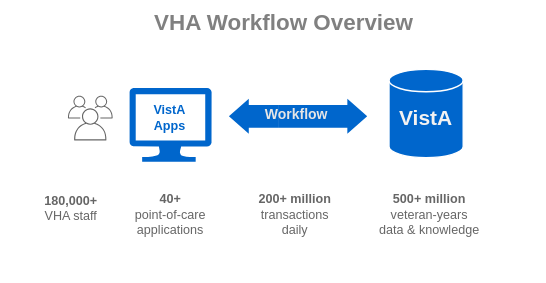
Earlier version of the draw.io export img/workflow-overview.svg (cloudvista/vaa). Source tidied: cells renumbered, new cells last; positions are measured from the earlier drawing's top-left corner, leaving out a move shared by most shapes. Its diagram source:
```xml
<mxGraphModel>
  <root>
    <mxCell id="0" />
    <mxCell id="1" parent="0" />
    <mxCell id="2" style="rounded=1;whiteSpace=wrap;html=1;strokeColor=none;" parent="1" vertex="1">
      <mxGeometry width="389" height="200" as="geometry" />
    </mxCell>
    <mxCell id="3" style="html=1;shadow=0;dashed=0;align=center;verticalAlign=middle;shape=mxgraph.arrows2.arrow;dy=0.35;dx=14.19;direction=west;notch=0;strokeColor=none;strokeWidth=1;fontSize=12;fontColor=#808080;fillColor=#0066CC;flipV=1;" parent="1" vertex="1">
      <mxGeometry x="163" y="70" width="35.1" height="25" as="geometry" />
    </mxCell>
    <mxCell id="4" value="&lt;font size=&quot;1&quot; color=&quot;#0066cc&quot; style=&quot;&quot;&gt;&lt;b style=&quot;font-size: 9px;&quot;&gt;VistA Apps&lt;/b&gt;&lt;/font&gt;" style="text;whiteSpace=wrap;html=1;fontColor=#999999;align=center;fontSize=10;fontStyle=0;" parent="1" vertex="1">
      <mxGeometry x="96.8" y="64.6" width="48.2" height="45" as="geometry" />
    </mxCell>
    <mxCell id="5" style="sketch=0;gradientColor=none;fontColor=#545B64;strokeColor=none;fillColor=#666666;dashed=0;verticalLabelPosition=bottom;verticalAlign=top;align=center;html=1;fontSize=12;fontStyle=0;shape=mxgraph.aws4.illustration_users;strokeWidth=2;perimeterSpacing=0;" parent="1" vertex="1">
      <mxGeometry x="48" y="67.8" width="32" height="32" as="geometry" />
    </mxCell>
    <mxCell id="6" style="html=1;shadow=0;dashed=0;align=center;verticalAlign=middle;shape=mxgraph.arrows2.arrow;dy=0.35;dx=14.19;direction=west;notch=0;strokeColor=none;strokeWidth=1;fontSize=12;fontColor=#808080;fillColor=#0066CC;flipV=1;rotation=-180;" parent="1" vertex="1">
      <mxGeometry x="198.1" y="70" width="63.7" height="25" as="geometry" />
    </mxCell>
    <mxCell id="7" value="&lt;span style=&quot;font-size: 10px;&quot;&gt;&lt;b style=&quot;&quot;&gt;&lt;font color=&quot;#e6e6e6&quot;&gt;Workflow&lt;/font&gt;&lt;/b&gt;&lt;/span&gt;" style="text;html=1;align=center;verticalAlign=middle;strokeColor=none;fillColor=none;fontSize=12;fontColor=#009900;" parent="1" vertex="1">
      <mxGeometry x="176" y="65.6" width="70" height="30" as="geometry" />
    </mxCell>
    <mxCell id="8" style="shape=cylinder3;whiteSpace=wrap;html=1;boundedLbl=1;backgroundOutline=1;size=7.999999999999943;strokeColor=#FFFFFF;fillColor=#0066CC;" parent="1" vertex="1">
      <mxGeometry x="277.4" y="49" width="53" height="63" as="geometry" />
    </mxCell>
    <mxCell id="9" value="&lt;b style=&quot;&quot;&gt;&lt;font style=&quot;font-size: 15px;&quot;&gt;VistA&lt;/font&gt;&lt;br&gt;&lt;/b&gt;" style="text;whiteSpace=wrap;html=1;fontColor=#F2F2F2;align=center;" parent="1" vertex="1">
      <mxGeometry x="271.8" y="67.8" width="64.2" height="30" as="geometry" />
    </mxCell>
    <mxCell id="10" style="sketch=0;shadow=0;dashed=0;html=1;strokeColor=none;labelPosition=center;verticalLabelPosition=bottom;verticalAlign=top;align=center;fillColor=#0066CC;shape=mxgraph.azure.computer;fontStyle=0;" parent="1" vertex="1">
      <mxGeometry x="92" y="62.2" width="58.6" height="52.8" as="geometry" />
    </mxCell>
    <mxCell id="11" value="&lt;font color=&quot;#808080&quot; style=&quot;font-size: 16px;&quot;&gt;&lt;b style=&quot;&quot;&gt;VHA Workflow Overview&lt;/b&gt;&lt;/font&gt;" style="text;html=1;align=center;verticalAlign=middle;strokeColor=none;fillColor=none;" parent="1" vertex="1">
      <mxGeometry x="96.8" width="210" height="30" as="geometry" />
    </mxCell>
    <mxCell id="12" value="&lt;b&gt;180,000+&lt;/b&gt;&lt;br style=&quot;font-size: 9px;&quot;&gt;VHA staff" style="text;html=1;align=center;verticalAlign=middle;strokeColor=none;fillColor=none;fontColor=#666666;fontStyle=0;fontSize=9;" parent="1" vertex="1">
      <mxGeometry x="20" y="127.6" width="60" height="40" as="geometry" />
    </mxCell>
    <mxCell id="13" value="&lt;b&gt;40+&lt;br style=&quot;font-size: 9px;&quot;&gt;&lt;/b&gt;point-of-care&lt;br&gt;applications" style="text;html=1;align=center;verticalAlign=middle;strokeColor=none;fillColor=none;fontColor=#666666;fontStyle=0;fontSize=9;" parent="1" vertex="1">
      <mxGeometry x="85.9" y="127.6" width="70" height="50" as="geometry" />
    </mxCell>
    <mxCell id="14" value="&lt;b&gt;200+ million&lt;br style=&quot;font-size: 9px;&quot;&gt;&lt;/b&gt;transactions&lt;br&gt;daily" style="text;html=1;align=center;verticalAlign=middle;strokeColor=none;fillColor=none;fontColor=#666666;fontStyle=0;fontSize=9;" parent="1" vertex="1">
      <mxGeometry x="170" y="127.6" width="80" height="50" as="geometry" />
    </mxCell>
    <mxCell id="15" value="&lt;b&gt;500+ million&lt;/b&gt;&lt;br&gt;&amp;nbsp;veteran-years&lt;br&gt;data &amp;amp; knowledge" style="text;html=1;align=center;verticalAlign=middle;strokeColor=none;fillColor=none;fontColor=#666666;fontStyle=0;fontSize=9;" parent="1" vertex="1">
      <mxGeometry x="255.9" y="127.6" width="100" height="50" as="geometry" />
    </mxCell>
  </root>
</mxGraphModel>
```
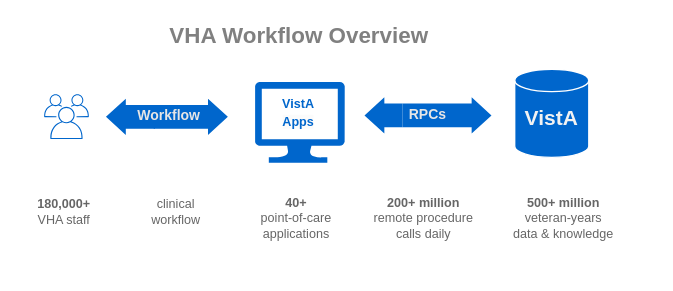
The same file after the commit.

Diff of the diagram source:
```diff
@@ -3,22 +3,22 @@
     <mxCell id="0" />
     <mxCell id="1" parent="0" />
     <mxCell id="2" style="rounded=1;whiteSpace=wrap;html=1;strokeColor=none;" parent="1" vertex="1">
-      <mxGeometry width="389" height="200" as="geometry" />
+      <mxGeometry x="-90.1" width="479.1" height="206.9" as="geometry" />
     </mxCell>
     <mxCell id="3" style="html=1;shadow=0;dashed=0;align=center;verticalAlign=middle;shape=mxgraph.arrows2.arrow;dy=0.35;dx=14.19;direction=west;notch=0;strokeColor=none;strokeWidth=1;fontSize=12;fontColor=#808080;fillColor=#0066CC;flipV=1;" parent="1" vertex="1">
-      <mxGeometry x="163" y="70" width="35.1" height="25" as="geometry" />
+      <mxGeometry x="170" y="69" width="27.1" height="26" as="geometry" />
     </mxCell>
-    <mxCell id="4" value="&lt;font size=&quot;1&quot; color=&quot;#0066cc&quot; style=&quot;&quot;&gt;&lt;b style=&quot;font-size: 9px;&quot;&gt;VistA Apps&lt;/b&gt;&lt;/font&gt;" style="text;whiteSpace=wrap;html=1;fontColor=#999999;align=center;fontSize=10;fontStyle=0;" parent="1" vertex="1">
-      <mxGeometry x="96.8" y="64.6" width="48.2" height="45" as="geometry" />
+    <mxCell id="4" value="&lt;font size=&quot;1&quot; color=&quot;#0066cc&quot; style=&quot;&quot;&gt;&lt;b style=&quot;font-size: 9px;&quot;&gt;VistA&lt;/b&gt;&lt;/font&gt;" style="text;whiteSpace=wrap;html=1;fontColor=#999999;align=center;fontSize=10;fontStyle=0;" parent="1" vertex="1">
+      <mxGeometry x="99.4" y="61" width="48.2" height="26" as="geometry" />
     </mxCell>
-    <mxCell id="5" style="sketch=0;gradientColor=none;fontColor=#545B64;strokeColor=none;fillColor=#666666;dashed=0;verticalLabelPosition=bottom;verticalAlign=top;align=center;html=1;fontSize=12;fontStyle=0;shape=mxgraph.aws4.illustration_users;strokeWidth=2;perimeterSpacing=0;" parent="1" vertex="1">
-      <mxGeometry x="48" y="67.8" width="32" height="32" as="geometry" />
+    <mxCell id="5" style="sketch=0;gradientColor=none;fontColor=#545B64;strokeColor=none;fillColor=#0066CC;dashed=0;verticalLabelPosition=bottom;verticalAlign=top;align=center;html=1;fontSize=12;fontStyle=0;shape=mxgraph.aws4.illustration_users;strokeWidth=4;perimeterSpacing=0;" parent="1" vertex="1">
+      <mxGeometry x="-59" y="66.9" width="32" height="32" as="geometry" />
     </mxCell>
     <mxCell id="6" style="html=1;shadow=0;dashed=0;align=center;verticalAlign=middle;shape=mxgraph.arrows2.arrow;dy=0.35;dx=14.19;direction=west;notch=0;strokeColor=none;strokeWidth=1;fontSize=12;fontColor=#808080;fillColor=#0066CC;flipV=1;rotation=-180;" parent="1" vertex="1">
-      <mxGeometry x="198.1" y="70" width="63.7" height="25" as="geometry" />
+      <mxGeometry x="197.1" y="69" width="63.7" height="26" as="geometry" />
     </mxCell>
-    <mxCell id="7" value="&lt;span style=&quot;font-size: 10px;&quot;&gt;&lt;b style=&quot;&quot;&gt;&lt;font color=&quot;#e6e6e6&quot;&gt;Workflow&lt;/font&gt;&lt;/b&gt;&lt;/span&gt;" style="text;html=1;align=center;verticalAlign=middle;strokeColor=none;fillColor=none;fontSize=12;fontColor=#009900;" parent="1" vertex="1">
-      <mxGeometry x="176" y="65.6" width="70" height="30" as="geometry" />
+    <mxCell id="7" value="&lt;span style=&quot;font-size: 10px;&quot;&gt;&lt;b style=&quot;&quot;&gt;&lt;font color=&quot;#e6e6e6&quot;&gt;RPCs&lt;/font&gt;&lt;/b&gt;&lt;/span&gt;" style="text;html=1;align=center;verticalAlign=middle;strokeColor=none;fillColor=none;fontSize=12;fontColor=#009900;" parent="1" vertex="1">
+      <mxGeometry x="190" y="65.6" width="50" height="30" as="geometry" />
     </mxCell>
     <mxCell id="8" style="shape=cylinder3;whiteSpace=wrap;html=1;boundedLbl=1;backgroundOutline=1;size=7.999999999999943;strokeColor=#FFFFFF;fillColor=#0066CC;" parent="1" vertex="1">
       <mxGeometry x="277.4" y="49" width="53" height="63" as="geometry" />
@@ -27,22 +27,37 @@
       <mxGeometry x="271.8" y="67.8" width="64.2" height="30" as="geometry" />
     </mxCell>
     <mxCell id="10" style="sketch=0;shadow=0;dashed=0;html=1;strokeColor=none;labelPosition=center;verticalLabelPosition=bottom;verticalAlign=top;align=center;fillColor=#0066CC;shape=mxgraph.azure.computer;fontStyle=0;" parent="1" vertex="1">
-      <mxGeometry x="92" y="62.2" width="58.6" height="52.8" as="geometry" />
+      <mxGeometry x="91.7" y="58" width="64.1" height="57.8" as="geometry" />
     </mxCell>
     <mxCell id="11" value="&lt;font color=&quot;#808080&quot; style=&quot;font-size: 16px;&quot;&gt;&lt;b style=&quot;&quot;&gt;VHA Workflow Overview&lt;/b&gt;&lt;/font&gt;" style="text;html=1;align=center;verticalAlign=middle;strokeColor=none;fillColor=none;" parent="1" vertex="1">
-      <mxGeometry x="96.8" width="210" height="30" as="geometry" />
+      <mxGeometry x="17.5" y="10" width="210" height="30" as="geometry" />
     </mxCell>
+    <mxCell id="16" style="html=1;shadow=0;dashed=0;align=center;verticalAlign=middle;shape=mxgraph.arrows2.arrow;dy=0.35;dx=14.19;direction=west;notch=0;strokeColor=none;strokeWidth=1;fontSize=12;fontColor=#808080;fillColor=#0066CC;flipV=1;" parent="1" vertex="1">
+      <mxGeometry x="-14.8" y="70" width="35" height="26" as="geometry" />
+    </mxCell>
+    <mxCell id="17" style="html=1;shadow=0;dashed=0;align=center;verticalAlign=middle;shape=mxgraph.arrows2.arrow;dy=0.35;dx=14.19;direction=west;notch=0;strokeColor=none;strokeWidth=1;fontSize=12;fontColor=#808080;fillColor=#0066CC;flipV=1;rotation=-180;" parent="1" vertex="1">
+      <mxGeometry x="19.3" y="70" width="53" height="26" as="geometry" />
+    </mxCell>
+    <mxCell id="18" value="&lt;span style=&quot;font-size: 10px;&quot;&gt;&lt;b style=&quot;&quot;&gt;&lt;font color=&quot;#e6e6e6&quot;&gt;Workflow&lt;/font&gt;&lt;/b&gt;&lt;/span&gt;" style="text;html=1;align=center;verticalAlign=middle;strokeColor=none;fillColor=none;fontSize=12;fontColor=#009900;" parent="1" vertex="1">
+      <mxGeometry x="-4.8" y="66.7" width="70" height="30" as="geometry" />
+    </mxCell>
-    <mxCell id="12" value="&lt;b&gt;180,000+&lt;/b&gt;&lt;br style=&quot;font-size: 9px;&quot;&gt;VHA staff" style="text;html=1;align=center;verticalAlign=middle;strokeColor=none;fillColor=none;fontColor=#666666;fontStyle=0;fontSize=9;" parent="1" vertex="1">
-      <mxGeometry x="20" y="127.6" width="60" height="40" as="geometry" />
+    <mxCell id="12" value="&lt;b&gt;&lt;font&gt;180,000+&lt;br style=&quot;font-size: 9px;&quot;&gt;&lt;/font&gt;&lt;/b&gt;VHA staff" style="text;html=1;align=center;verticalAlign=middle;strokeColor=none;fillColor=none;fontColor=#666666;fontStyle=0;fontSize=9;" parent="1" vertex="1">
+      <mxGeometry x="-74.8" y="130.6" width="60" height="40" as="geometry" />
     </mxCell>
+    <mxCell id="19" value="clinical&lt;br style=&quot;font-size: 9px;&quot;&gt;workflow" style="text;html=1;align=center;verticalAlign=middle;strokeColor=none;fillColor=none;fontColor=#666666;fontStyle=0;fontSize=9;" parent="1" vertex="1">
+      <mxGeometry x="5.2" y="130.6" width="60" height="40" as="geometry" />
+    </mxCell>
-    <mxCell id="13" value="&lt;b&gt;40+&lt;br style=&quot;font-size: 9px;&quot;&gt;&lt;/b&gt;point-of-care&lt;br&gt;applications" style="text;html=1;align=center;verticalAlign=middle;strokeColor=none;fillColor=none;fontColor=#666666;fontStyle=0;fontSize=9;" parent="1" vertex="1">
-      <mxGeometry x="85.9" y="127.6" width="70" height="50" as="geometry" />
+    <mxCell id="13" value="&lt;b&gt;&lt;font&gt;40+&lt;br style=&quot;font-size: 9px;&quot;&gt;&lt;/font&gt;&lt;/b&gt;point-of-care&lt;br&gt;applications" style="text;html=1;align=center;verticalAlign=middle;strokeColor=none;fillColor=none;fontColor=#666666;fontStyle=0;fontSize=9;" parent="1" vertex="1">
+      <mxGeometry x="85.9" y="130.6" width="70" height="50" as="geometry" />
     </mxCell>
-    <mxCell id="14" value="&lt;b&gt;200+ million&lt;br style=&quot;font-size: 9px;&quot;&gt;&lt;/b&gt;transactions&lt;br&gt;daily" style="text;html=1;align=center;verticalAlign=middle;strokeColor=none;fillColor=none;fontColor=#666666;fontStyle=0;fontSize=9;" parent="1" vertex="1">
-      <mxGeometry x="170" y="127.6" width="80" height="50" as="geometry" />
+    <mxCell id="14" value="&lt;font&gt;&lt;b&gt;200+ million&lt;br style=&quot;font-size: 9px;&quot;&gt;&lt;/b&gt;&lt;/font&gt;remote procedure&lt;br&gt;calls daily" style="text;html=1;align=center;verticalAlign=middle;strokeColor=none;fillColor=none;fontColor=#666666;fontStyle=0;fontSize=9;" parent="1" vertex="1">
+      <mxGeometry x="167" y="130.6" width="90" height="50" as="geometry" />
     </mxCell>
-    <mxCell id="15" value="&lt;b&gt;500+ million&lt;/b&gt;&lt;br&gt;&amp;nbsp;veteran-years&lt;br&gt;data &amp;amp; knowledge" style="text;html=1;align=center;verticalAlign=middle;strokeColor=none;fillColor=none;fontColor=#666666;fontStyle=0;fontSize=9;" parent="1" vertex="1">
-      <mxGeometry x="255.9" y="127.6" width="100" height="50" as="geometry" />
+    <mxCell id="15" value="&lt;font&gt;&lt;b&gt;500+ million&lt;br&gt;&lt;/b&gt;&lt;/font&gt;veteran-years&amp;nbsp;&lt;br&gt;data &amp;amp; knowledge" style="text;html=1;align=center;verticalAlign=middle;strokeColor=none;fillColor=none;fontColor=#666666;fontStyle=0;fontSize=9;" parent="1" vertex="1">
+      <mxGeometry x="261.9" y="130.6" width="100" height="50" as="geometry" />
     </mxCell>
+    <mxCell id="20" value="&lt;meta charset=&quot;utf-8&quot;&gt;&lt;b style=&quot;border-color: var(--border-color); color: rgb(0, 102, 204); font-family: Helvetica; font-style: normal; font-variant-ligatures: normal; font-variant-caps: normal; letter-spacing: normal; orphans: 2; text-indent: 0px; text-transform: none; widows: 2; word-spacing: 0px; -webkit-text-stroke-width: 0px; background-color: rgb(251, 251, 251); text-decoration-thickness: initial; text-decoration-style: initial; text-decoration-color: initial; font-size: 9px;&quot;&gt;Apps&lt;/b&gt;" style="text;whiteSpace=wrap;html=1;fontColor=#666666;align=center;" parent="1" vertex="1">
+      <mxGeometry x="92.5" y="72" width="60" height="40" as="geometry" />
+    </mxCell>
   </root>
 </mxGraphModel>
```
